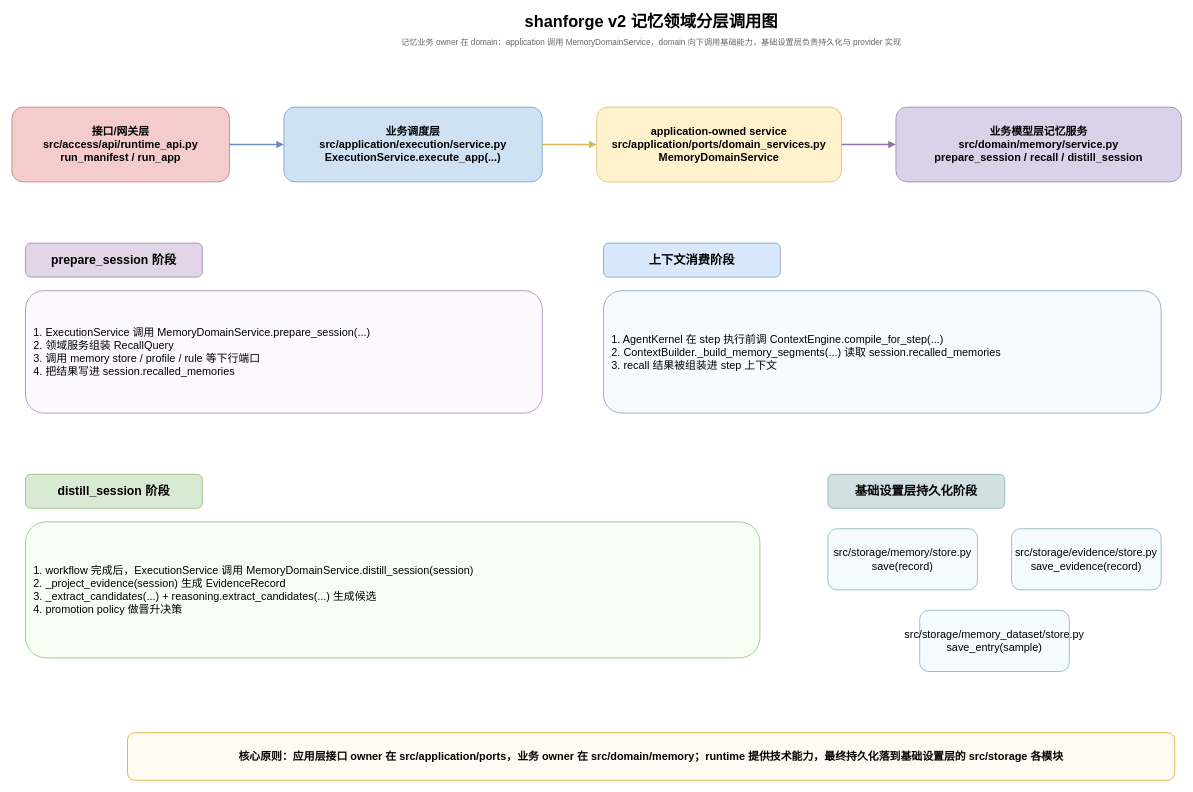
This is docs/04-project-development/04-design/assets/v2-architecture-pages/09-记忆系统跨层调用图.drawio from uroborus2s/shanforge, a draw.io file, before an edit. Source tidied: cells renumbered, new cells numbered last; positions are measured from the earlier drawing's top-left corner, leaving out a move shared by most shapes. Both pictures are drawn from the tidied source at 68%, with x=0, y=0 at pixel (12, 12).
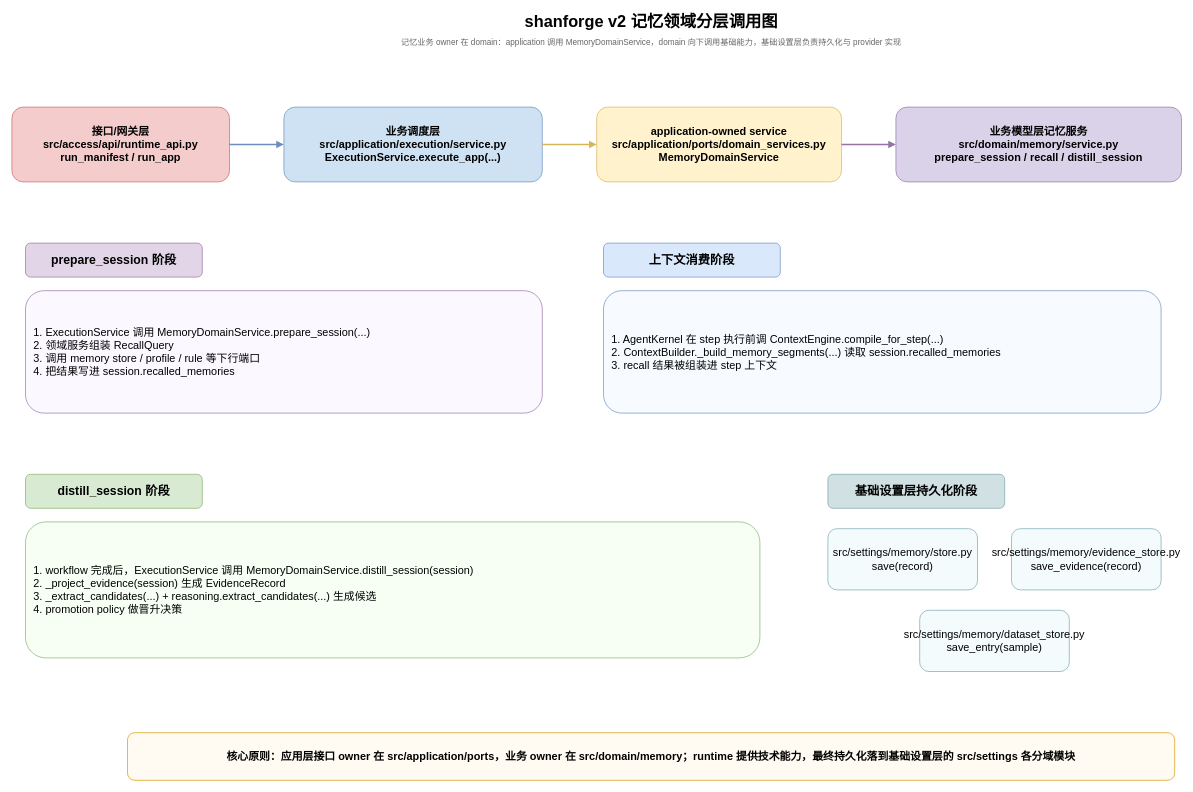
The same page after the edit.

Diff of the diagram source:
```diff
@@
-    <mxCell id="18" value="src/storage/memory/store.py&lt;br/&gt;save(record)" style="rounded=1;whiteSpace=wrap;html=1;fillColor=#f4fbfc;strokeColor=#76a5af;fontSize=16;" parent="1" vertex="1">
+    <mxCell id="18" value="src/settings/memory/store.py&lt;br/&gt;save(record)" style="rounded=1;whiteSpace=wrap;html=1;fillColor=#f4fbfc;strokeColor=#76a5af;fontSize=16;" parent="1" vertex="1">
       <mxGeometry x="1200" y="760" width="220" height="90" as="geometry" />
     </mxCell>
-    <mxCell id="19" value="src/storage/evidence/store.py&lt;br/&gt;save_evidence(record)" style="rounded=1;whiteSpace=wrap;html=1;fillColor=#f4fbfc;strokeColor=#76a5af;fontSize=16;" parent="1" vertex="1">
+    <mxCell id="19" value="src/settings/memory/evidence_store.py&lt;br/&gt;save_evidence(record)" style="rounded=1;whiteSpace=wrap;html=1;fillColor=#f4fbfc;strokeColor=#76a5af;fontSize=16;" parent="1" vertex="1">
       <mxGeometry x="1470" y="760" width="220" height="90" as="geometry" />
     </mxCell>
-    <mxCell id="20" value="src/storage/memory_dataset/store.py&lt;br/&gt;save_entry(sample)" style="rounded=1;whiteSpace=wrap;html=1;fillColor=#f4fbfc;strokeColor=#76a5af;fontSize=16;" parent="1" vertex="1">
+    <mxCell id="20" value="src/settings/memory/dataset_store.py&lt;br/&gt;save_entry(sample)" style="rounded=1;whiteSpace=wrap;html=1;fillColor=#f4fbfc;strokeColor=#76a5af;fontSize=16;" parent="1" vertex="1">
       <mxGeometry x="1335" y="880" width="220" height="90" as="geometry" />
     </mxCell>
-    <mxCell id="21" value="核心原则：应用层接口 owner 在 src/application/ports，业务 owner 在 src/domain/memory；runtime 提供技术能力，最终持久化落到基础设置层的 src/storage 各模块" style="rounded=1;whiteSpace=wrap;html=1;fillColor=#fffaf2;strokeColor=#d79b00;fontSize=16;fontStyle=1;" parent="1" vertex="1">
+    <mxCell id="21" value="核心原则：应用层接口 owner 在 src/application/ports，业务 owner 在 src/domain/memory；runtime 提供技术能力，最终持久化落到基础设置层的 src/settings 各分域模块" style="rounded=1;whiteSpace=wrap;html=1;fillColor=#fffaf2;strokeColor=#d79b00;fontSize=16;fontStyle=1;" parent="1" vertex="1">
       <mxGeometry x="170" y="1060" width="1540" height="70" as="geometry" />
     </mxCell>
```
